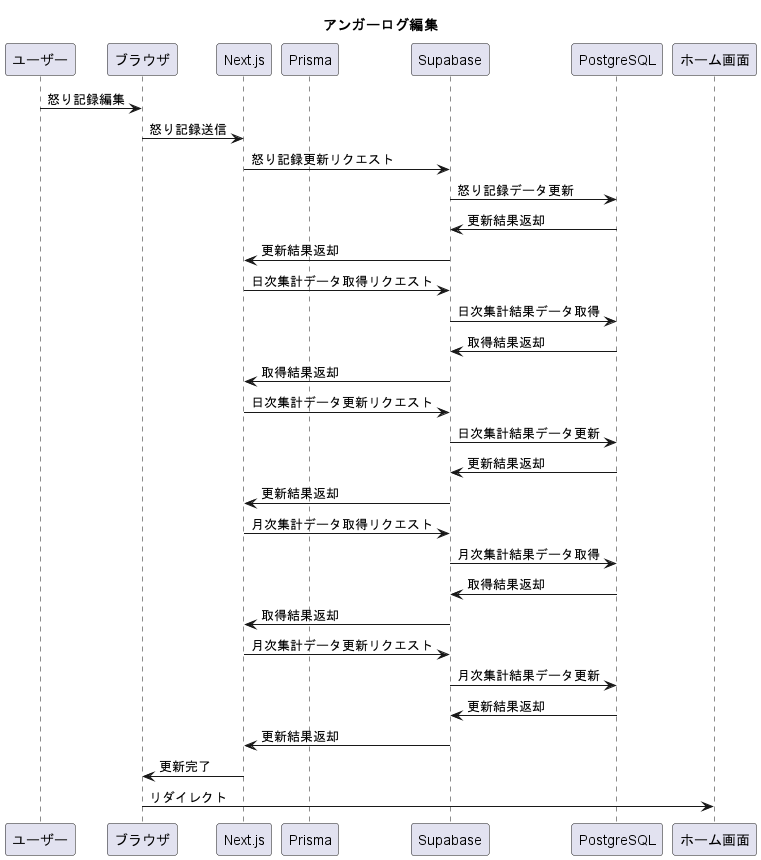
Earlier version of the PlantUML export uml/out/angerLog/funcAngerLogUpdate/funcAngerLogUpdate.png (washogo/angerLogApp). The source it was exported from:
```plantuml
@startuml funcAngerLogUpdate
title "アンガーログ編集"
participant ユーザー
participant ブラウザ
participant Next.js
participant Prisma
participant Supabase
participant PostgreSQL
participant ホーム画面

ユーザー -> ブラウザ: 怒り記録編集
ブラウザ -> Next.js: 怒り記録送信
Next.js -> Supabase: 怒り記録更新リクエスト
Supabase -> PostgreSQL: 怒り記録データ更新
PostgreSQL -> Supabase: 更新結果返却
Supabase -> Next.js: 更新結果返却
Next.js -> Supabase: 日次集計データ取得リクエスト
Supabase -> PostgreSQL: 日次集計結果データ取得
PostgreSQL -> Supabase: 取得結果返却
Supabase -> Next.js: 取得結果返却
Next.js -> Supabase: 日次集計データ更新リクエスト
Supabase -> PostgreSQL: 日次集計結果データ更新
PostgreSQL -> Supabase: 更新結果返却
Supabase -> Next.js: 更新結果返却
Next.js -> Supabase: 月次集計データ取得リクエスト
Supabase -> PostgreSQL: 月次集計結果データ取得
PostgreSQL -> Supabase: 取得結果返却
Supabase -> Next.js: 取得結果返却
Next.js -> Supabase: 月次集計データ更新リクエスト
Supabase -> PostgreSQL: 月次集計結果データ更新
PostgreSQL -> Supabase: 更新結果返却
Supabase -> Next.js: 更新結果返却
Next.js -> ブラウザ: 更新完了
ブラウザ -> ホーム画面: リダイレクト
@enduml
```
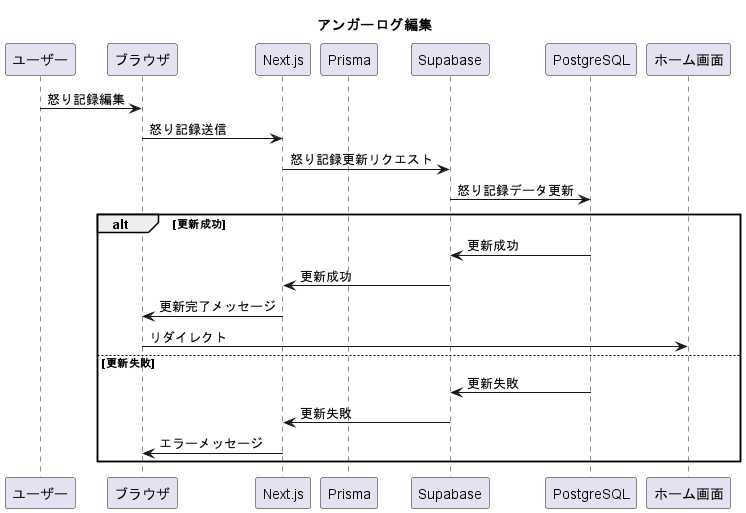
The same diagram one commit later.

Diff of the diagram source:
```diff
@@ -12,24 +12,14 @@
 ブラウザ -> Next.js: 怒り記録送信
 Next.js -> Supabase: 怒り記録更新リクエスト
 Supabase -> PostgreSQL: 怒り記録データ更新
-PostgreSQL -> Supabase: 更新結果返却
-Supabase -> Next.js: 更新結果返却
-Next.js -> Supabase: 日次集計データ取得リクエスト
-Supabase -> PostgreSQL: 日次集計結果データ取得
-PostgreSQL -> Supabase: 取得結果返却
-Supabase -> Next.js: 取得結果返却
-Next.js -> Supabase: 日次集計データ更新リクエスト
-Supabase -> PostgreSQL: 日次集計結果データ更新
-PostgreSQL -> Supabase: 更新結果返却
-Supabase -> Next.js: 更新結果返却
-Next.js -> Supabase: 月次集計データ取得リクエスト
-Supabase -> PostgreSQL: 月次集計結果データ取得
-PostgreSQL -> Supabase: 取得結果返却
-Supabase -> Next.js: 取得結果返却
-Next.js -> Supabase: 月次集計データ更新リクエスト
-Supabase -> PostgreSQL: 月次集計結果データ更新
-PostgreSQL -> Supabase: 更新結果返却
-Supabase -> Next.js: 更新結果返却
-Next.js -> ブラウザ: 更新完了
-ブラウザ -> ホーム画面: リダイレクト
+alt 更新成功
+PostgreSQL -> Supabase: 更新成功
+  Supabase -> Next.js: 更新成功
+  Next.js -> ブラウザ: 更新完了メッセージ
+  ブラウザ -> ホーム画面: リダイレクト
+else 更新失敗
+  PostgreSQL -> Supabase: 更新失敗
+  Supabase -> Next.js: 更新失敗
+  Next.js -> ブラウザ: エラーメッセージ
+end
 @enduml
```
